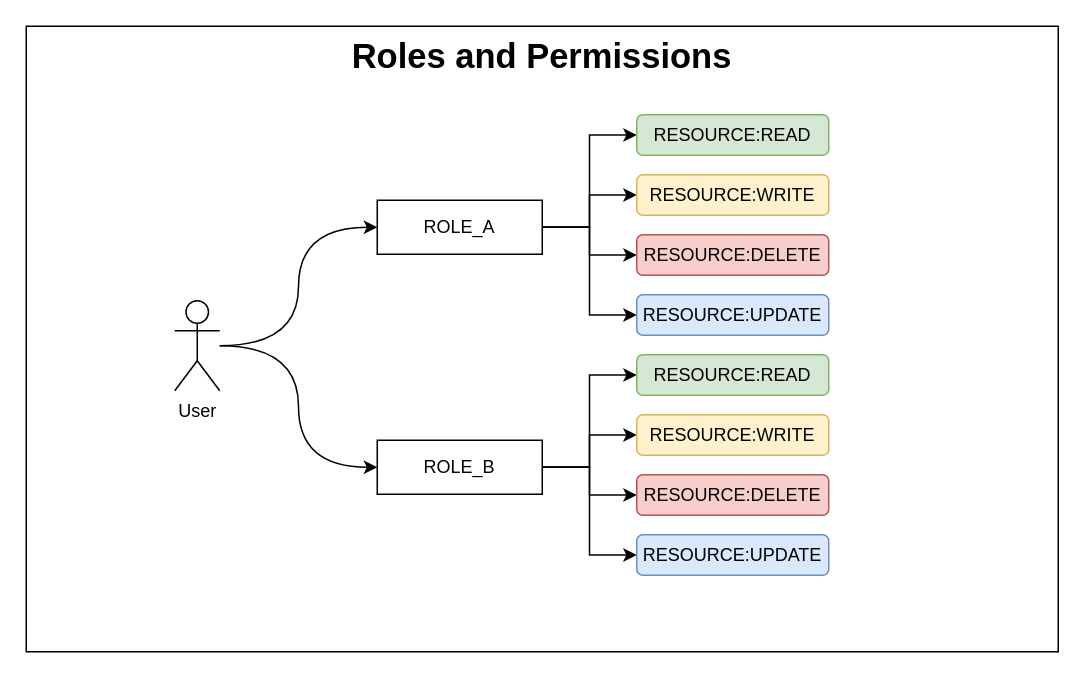
kasodeep/jwt-auth-springboot keeps this draw.io diagram as page "roles and permissions" (4 of 4) of jwt-security.drawio. Above is the earlier version. Source tidied: cells renumbered, new cells numbered last; positions are measured from the earlier drawing's top-left corner, leaving out a move shared by most shapes. Both pictures are drawn from the tidied source at 150%, with x=0, y=0 at pixel (26, 26).
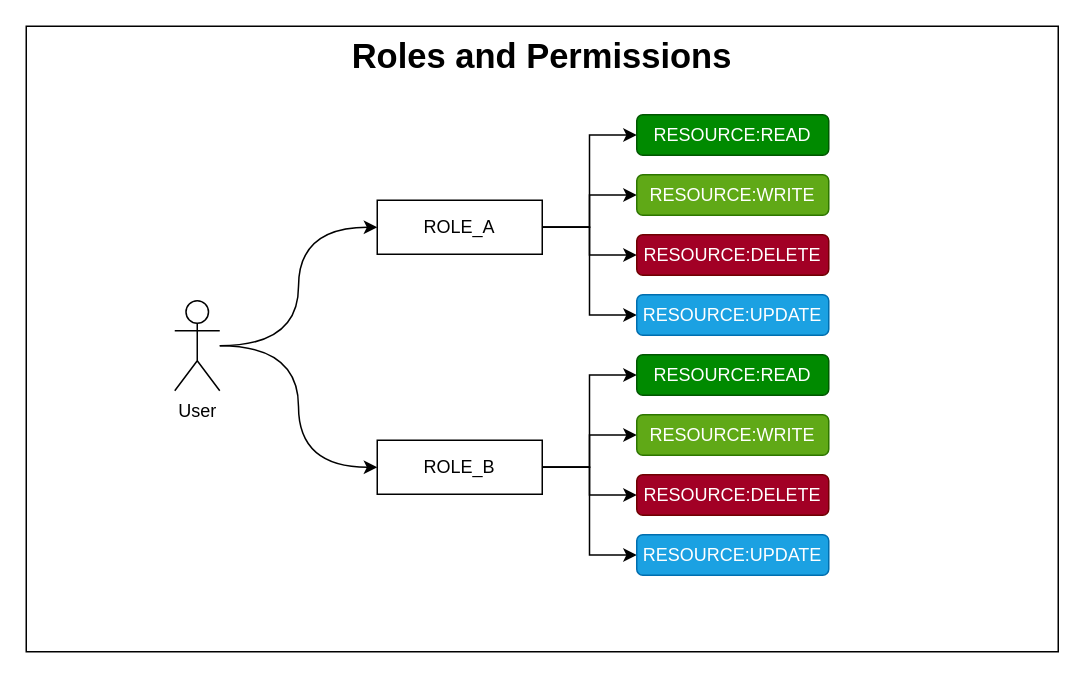
Above is the later version.

Change to the diagram source:
```diff
@@
-    <mxCell id="11" value="RESOURCE:READ" style="rounded=1;whiteSpace=wrap;html=1;fillColor=#d5e8d4;strokeColor=#82b366;" parent="1" vertex="1">
+    <mxCell id="11" value="RESOURCE:READ" style="rounded=1;whiteSpace=wrap;html=1;fillColor=#008a00;strokeColor=#005700;fontColor=#ffffff;" parent="1" vertex="1">
       <mxGeometry x="407" y="59" width="128" height="27" as="geometry" />
     </mxCell>
-    <mxCell id="12" value="RESOURCE:WRITE" style="rounded=1;whiteSpace=wrap;html=1;fillColor=#fff2cc;strokeColor=#d6b656;" parent="1" vertex="1">
+    <mxCell id="12" value="RESOURCE:WRITE" style="rounded=1;whiteSpace=wrap;html=1;fillColor=#60a917;strokeColor=#2D7600;fontColor=#ffffff;" parent="1" vertex="1">
       <mxGeometry x="407" y="99" width="128" height="27" as="geometry" />
     </mxCell>
-    <mxCell id="13" value="RESOURCE:DELETE" style="rounded=1;whiteSpace=wrap;html=1;fillColor=#f8cecc;strokeColor=#b85450;" parent="1" vertex="1">
+    <mxCell id="13" value="RESOURCE:DELETE" style="rounded=1;whiteSpace=wrap;html=1;fillColor=#a20025;strokeColor=#6F0000;fontColor=#ffffff;" parent="1" vertex="1">
       <mxGeometry x="407" y="139" width="128" height="27" as="geometry" />
     </mxCell>
-    <mxCell id="14" value="RESOURCE:UPDATE" style="rounded=1;whiteSpace=wrap;html=1;fillColor=#dae8fc;strokeColor=#6c8ebf;" parent="1" vertex="1">
+    <mxCell id="14" value="RESOURCE:UPDATE" style="rounded=1;whiteSpace=wrap;html=1;fillColor=#1ba1e2;strokeColor=#006EAF;fontColor=#ffffff;" parent="1" vertex="1">
       <mxGeometry x="407" y="179" width="128" height="27" as="geometry" />
     </mxCell>
@@
-    <mxCell id="20" value="RESOURCE:READ" style="rounded=1;whiteSpace=wrap;html=1;fillColor=#d5e8d4;strokeColor=#82b366;" parent="1" vertex="1">
+    <mxCell id="20" value="RESOURCE:READ" style="rounded=1;whiteSpace=wrap;html=1;fillColor=#008a00;strokeColor=#005700;fontColor=#ffffff;" parent="1" vertex="1">
       <mxGeometry x="407" y="219" width="128" height="27" as="geometry" />
     </mxCell>
-    <mxCell id="21" value="RESOURCE:WRITE" style="rounded=1;whiteSpace=wrap;html=1;fillColor=#fff2cc;strokeColor=#d6b656;" parent="1" vertex="1">
+    <mxCell id="21" value="RESOURCE:WRITE" style="rounded=1;whiteSpace=wrap;html=1;fillColor=#60a917;strokeColor=#2D7600;fontColor=#ffffff;" parent="1" vertex="1">
       <mxGeometry x="407" y="259" width="128" height="27" as="geometry" />
     </mxCell>
-    <mxCell id="22" value="RESOURCE:DELETE" style="rounded=1;whiteSpace=wrap;html=1;fillColor=#f8cecc;strokeColor=#b85450;" parent="1" vertex="1">
+    <mxCell id="22" value="RESOURCE:DELETE" style="rounded=1;whiteSpace=wrap;html=1;fillColor=#a20025;strokeColor=#6F0000;fontColor=#ffffff;" parent="1" vertex="1">
       <mxGeometry x="407" y="299" width="128" height="27" as="geometry" />
     </mxCell>
-    <mxCell id="23" value="RESOURCE:UPDATE" style="rounded=1;whiteSpace=wrap;html=1;fillColor=#dae8fc;strokeColor=#6c8ebf;" parent="1" vertex="1">
+    <mxCell id="23" value="RESOURCE:UPDATE" style="rounded=1;whiteSpace=wrap;html=1;fillColor=#1ba1e2;strokeColor=#006EAF;fontColor=#ffffff;" parent="1" vertex="1">
       <mxGeometry x="407" y="339" width="128" height="27" as="geometry" />
     </mxCell>
```
